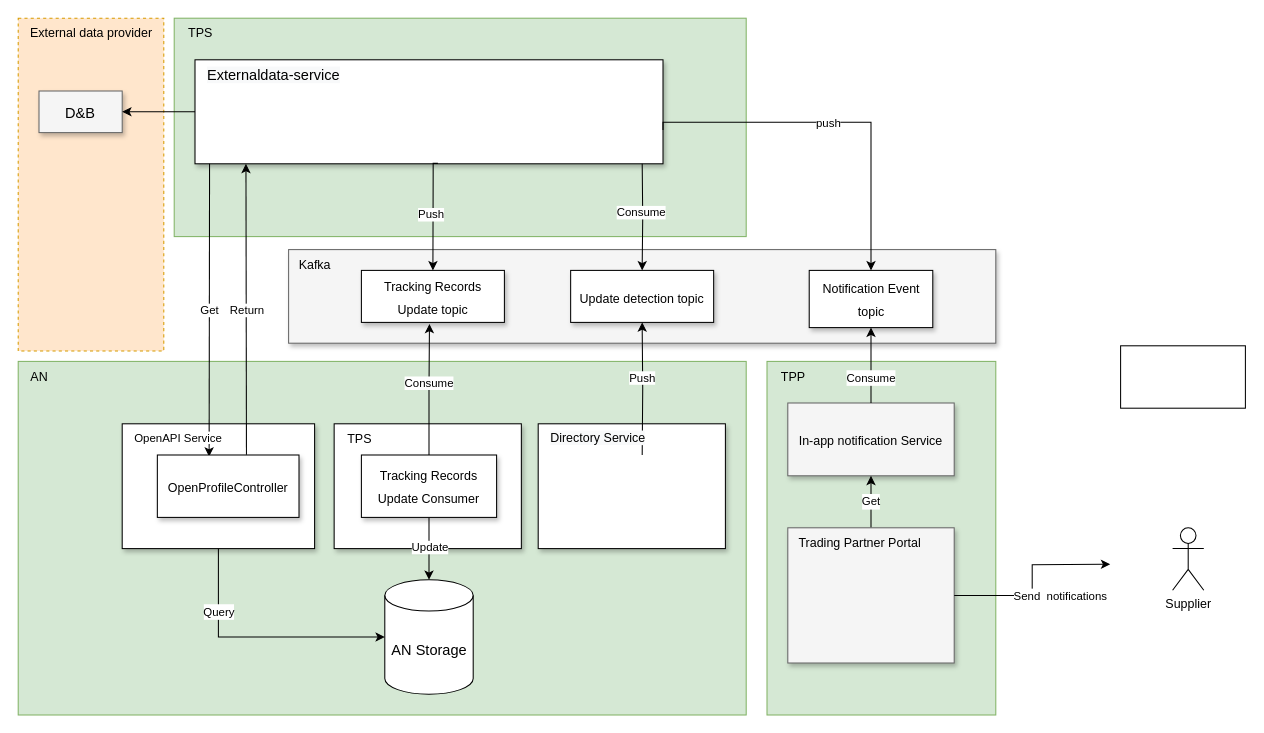
Above: page "[New]Update detection block diagram" (4 of 5) of DNB.drawio in huangshijie/Drawio (draw.io), before the change. Source tidied: cells renumbered, new cells numbered last; positions are measured from the earlier drawing's top-left corner, leaving out a move shared by most shapes. Both pictures are drawn from the tidied source at 104%, with x=0, y=0 at pixel (18, 18).
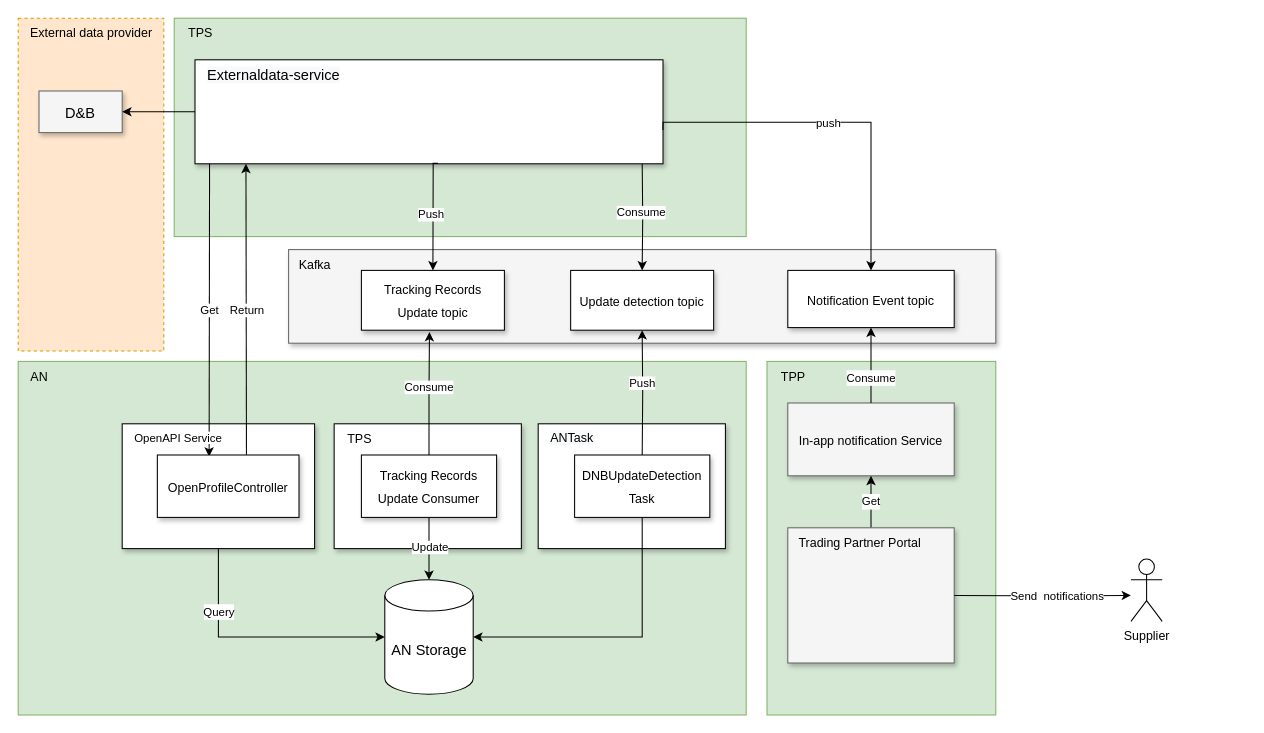
The same page after the edit.

Unchanged cells that the change refers to:
```xml
<mxCell id="10" value="&lt;font style=&quot;font-size: 14px;&quot;&gt;AN Storage&lt;/font&gt;" style="shape=cylinder3;whiteSpace=wrap;html=1;boundedLbl=1;backgroundOutline=1;size=15;" parent="1" vertex="1">
  <mxGeometry x="352.5" y="540" width="85" height="110" as="geometry" />
</mxCell>
<mxCell id="45" style="whiteSpace=wrap;html=1;shadow=1;fontSize=18;fillColor=#f5f5f5;strokeColor=#666666;" parent="1" vertex="1">
  <mxGeometry x="740" y="490" width="160" height="130" as="geometry" />
</mxCell>
```

Change to the diagram source:
```diff
@@
     <mxCell id="4" value="&lt;font style=&quot;font-size: 12px;&quot;&gt;Supplier&lt;/font&gt;" style="shape=umlActor;verticalLabelPosition=bottom;verticalAlign=top;html=1;" parent="1" vertex="1">
-      <mxGeometry x="1110" y="490" width="30" height="60" as="geometry" />
+      <mxGeometry x="1070" y="520" width="30" height="60" as="geometry" />
     </mxCell>
@@
     <mxCell id="29" value="&lt;font style=&quot;font-size: 12px;&quot;&gt;Update detection topic&lt;/font&gt;" style="whiteSpace=wrap;html=1;shadow=1;fontSize=18;" parent="1" vertex="1">
-      <mxGeometry x="531.2" y="242.5" width="137.5" height="50" as="geometry" />
+      <mxGeometry x="531.2" y="242.5" width="137.5" height="57.5" as="geometry" />
     </mxCell>
@@
     <mxCell id="32" value="&lt;font style=&quot;font-size: 12px;&quot;&gt;Tracking Records Update&amp;nbsp;topic&lt;/font&gt;" style="whiteSpace=wrap;html=1;shadow=1;fontSize=18;" parent="1" vertex="1">
-      <mxGeometry x="330" y="242.5" width="137.5" height="50" as="geometry" />
+      <mxGeometry x="330" y="242.5" width="137.5" height="57.5" as="geometry" />
     </mxCell>
@@
     <mxCell id="34" value="&lt;span style=&quot;font-size: 12px;&quot;&gt;Notification Event topic&lt;/span&gt;" style="whiteSpace=wrap;html=1;shadow=1;fontSize=18;" parent="1" vertex="1">
-      <mxGeometry x="760.6" y="242.5" width="118.8" height="55" as="geometry" />
+      <mxGeometry x="740" y="242.5" width="160" height="55" as="geometry" />
     </mxCell>
@@
-    <mxCell id="47" value="&lt;span style=&quot;color: rgb(0, 0, 0); font-family: Helvetica; font-style: normal; font-variant-ligatures: normal; font-variant-caps: normal; font-weight: 400; letter-spacing: normal; orphans: 2; text-align: center; text-indent: 0px; text-transform: none; widows: 2; word-spacing: 0px; -webkit-text-stroke-width: 0px; background-color: rgb(248, 249, 250); text-decoration-thickness: initial; text-decoration-style: initial; text-decoration-color: initial; float: none; display: inline !important;&quot;&gt;&lt;font style=&quot;font-size: 12px;&quot;&gt;Directory Service&lt;/font&gt;&lt;/span&gt;" style="text;whiteSpace=wrap;html=1;" parent="1" vertex="1">
+    <mxCell id="47" value="&lt;span style=&quot;color: rgb(0, 0, 0); font-family: Helvetica; font-style: normal; font-variant-ligatures: normal; font-variant-caps: normal; font-weight: 400; letter-spacing: normal; orphans: 2; text-align: center; text-indent: 0px; text-transform: none; widows: 2; word-spacing: 0px; -webkit-text-stroke-width: 0px; background-color: rgb(248, 249, 250); text-decoration-thickness: initial; text-decoration-style: initial; text-decoration-color: initial; float: none; display: inline !important;&quot;&gt;&lt;font style=&quot;font-size: 12px;&quot;&gt;ANTask&lt;/font&gt;&lt;/span&gt;" style="text;whiteSpace=wrap;html=1;" parent="1" vertex="1">
       <mxGeometry x="510" y="390" width="110" height="30" as="geometry" />
     </mxCell>
@@
     <mxCell id="50" style="edgeStyle=orthogonalEdgeStyle;rounded=0;jettySize=auto;html=1;entryX=1;entryY=0.5;entryDx=0;entryDy=0;fontSize=12;endArrow=none;endFill=0;startArrow=classic;startFill=1;" parent="1" edge="1" target="45">
       <mxGeometry relative="1" as="geometry">
-        <mxPoint x="1050" y="525" as="sourcePoint" />
+        <mxPoint x="1070" y="555" as="sourcePoint" />
       </mxGeometry>
     </mxCell>
@@
-    <mxCell id="53" style="rounded=0;whiteSpace=wrap;html=1;" parent="1" vertex="1">
-      <mxGeometry x="1060" y="315" width="120" height="60" as="geometry" />
-    </mxCell>
+    <mxCell id="54" style="edgeStyle=orthogonalEdgeStyle;rounded=0;jettySize=auto;html=1;entryX=1;entryY=0.5;entryDx=0;entryDy=0;entryPerimeter=0;fontSize=12;exitX=0.5;exitY=1;exitDx=0;exitDy=0;" parent="1" edge="1" source="55" target="10">
+      <mxGeometry relative="1" as="geometry" />
+    </mxCell>
+    <mxCell id="55" value="&lt;font style=&quot;font-size: 12px;&quot;&gt;DNBUpdateDetection&lt;br&gt;Task&lt;/font&gt;" style="whiteSpace=wrap;html=1;shadow=1;fontSize=18;" parent="1" vertex="1">
+      <mxGeometry x="535" y="420" width="130" height="60" as="geometry" />
+    </mxCell>
```
